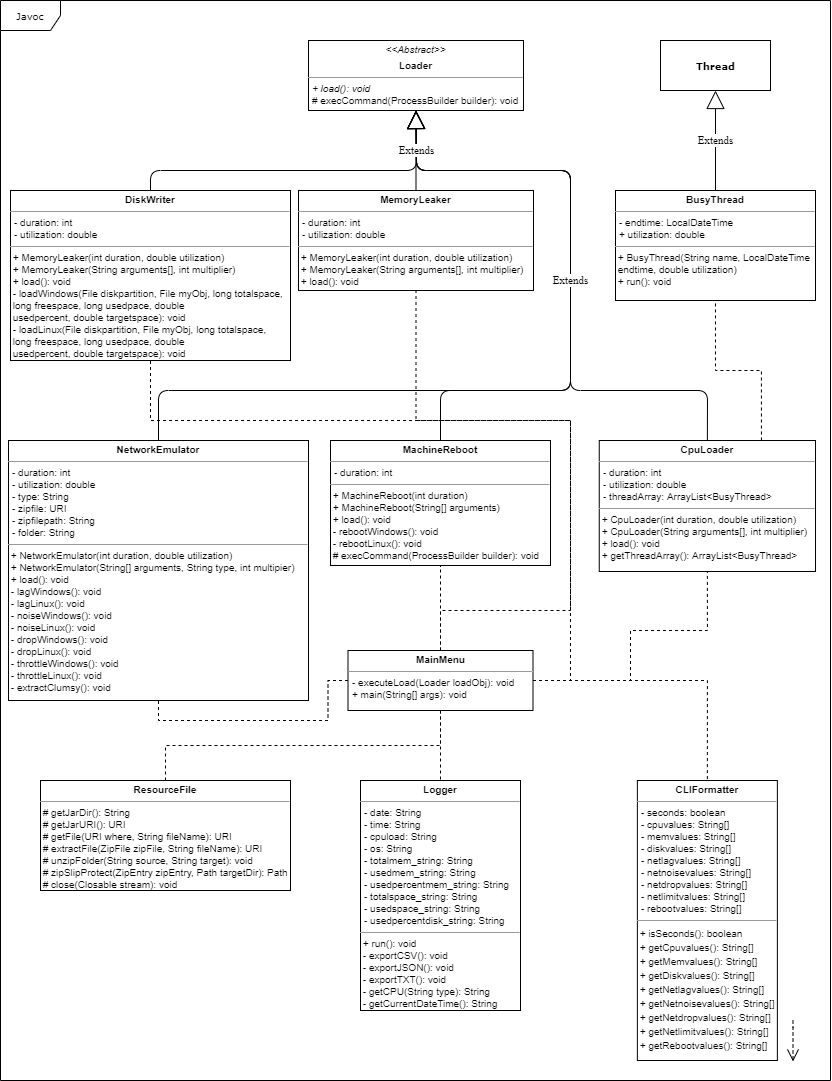
Before: UML_Diagram.png, a diagram exported from draw.io (yxchia98/chaosJavapp). Source tidied: cells renumbered, new cells last; positions are measured from the earlier drawing's top-left corner, leaving out a move shared by most shapes.
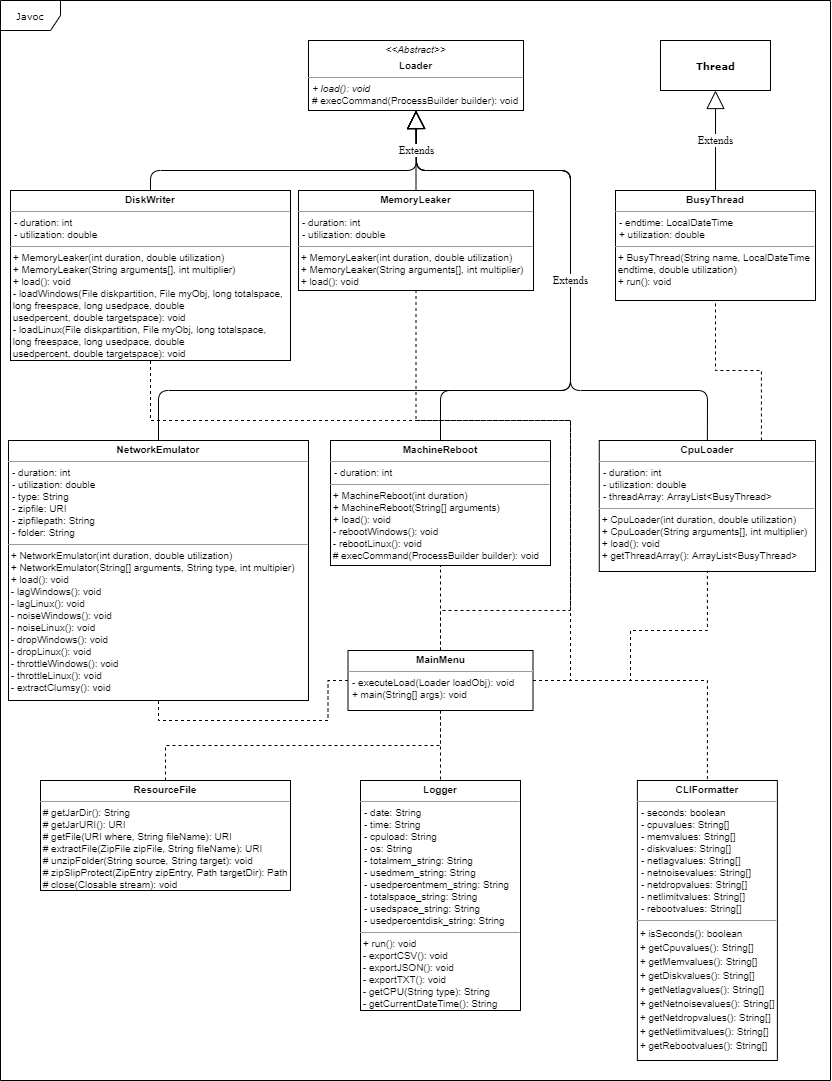
The same diagram one commit later.

What changed in the source:
```diff
@@ -5,16 +5,6 @@
     <mxCell id="2" value="Javoc" style="shape=umlFrame;whiteSpace=wrap;html=1;rounded=0;shadow=0;comic=0;labelBackgroundColor=none;strokeWidth=1;fontFamily=Verdana;fontSize=10;align=center;" parent="1" vertex="1">
       <mxGeometry width="830" height="1080" as="geometry" />
     </mxCell>
-    <mxCell id="3" style="edgeStyle=orthogonalEdgeStyle;rounded=0;html=1;dashed=1;labelBackgroundColor=none;startFill=0;endArrow=open;endFill=0;endSize=10;fontFamily=Verdana;fontSize=10;" parent="1" edge="1">
-      <mxGeometry relative="1" as="geometry">
-        <mxPoint x="792.5" y="1020" as="sourcePoint" />
-        <mxPoint x="792.5" y="1061" as="targetPoint" />
-        <Array as="points">
-          <mxPoint x="792.5" y="1027" />
-          <mxPoint x="792.5" y="1027" />
-        </Array>
-      </mxGeometry>
-    </mxCell>
     <mxCell id="4" value="&lt;p style=&quot;margin: 4px 0px 0px ; text-align: center ; font-size: 10px&quot;&gt;&lt;i&gt;&amp;lt;&amp;lt;Abstract&amp;gt;&amp;gt;&lt;/i&gt;&lt;b&gt;&lt;font style=&quot;font-size: 10px&quot;&gt;&lt;br&gt;&lt;/font&gt;&lt;/b&gt;&lt;/p&gt;&lt;p style=&quot;margin: 4px 0px 0px ; text-align: center ; font-size: 10px&quot;&gt;&lt;b&gt;&lt;font style=&quot;font-size: 10px&quot;&gt;Loader&lt;/font&gt;&lt;/b&gt;&lt;/p&gt;&lt;hr size=&quot;1&quot; style=&quot;font-size: 10px&quot;&gt;&lt;p style=&quot;margin: 0px 0px 0px 4px ; font-size: 10px&quot;&gt;&lt;font style=&quot;font-size: 10px&quot;&gt;&lt;i&gt;&lt;font style=&quot;font-size: 10px&quot;&gt;+ load(): void&lt;/font&gt;&lt;br&gt;&lt;/i&gt;# execCommand(ProcessBuilder builder): void&lt;/font&gt;&lt;/p&gt;" style="verticalAlign=top;align=left;overflow=fill;fontSize=12;fontFamily=Helvetica;html=1;rounded=0;shadow=0;comic=0;labelBackgroundColor=none;strokeWidth=1;" parent="1" vertex="1">
       <mxGeometry x="308" y="40" width="215" height="70" as="geometry" />
     </mxCell>
```
